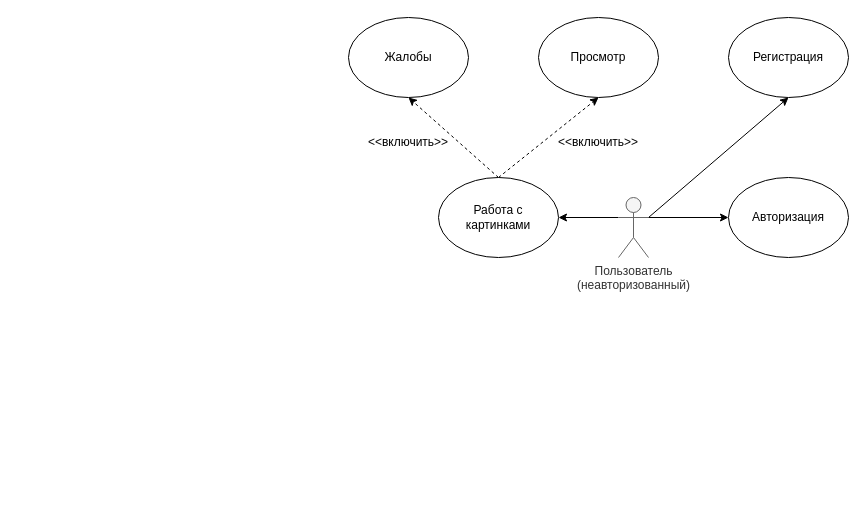
Before: docs/diagrams/use_case/use_case_no_auth.drawio in Forkenn/HosteyPic, a draw.io diagram. Source tidied: cells renumbered, new cells numbered last; positions are measured from the earlier drawing's top-left corner, leaving out a move shared by most shapes. Both pictures are drawn from the tidied source at 100%, with x=0, y=0 at pixel (348, 17).
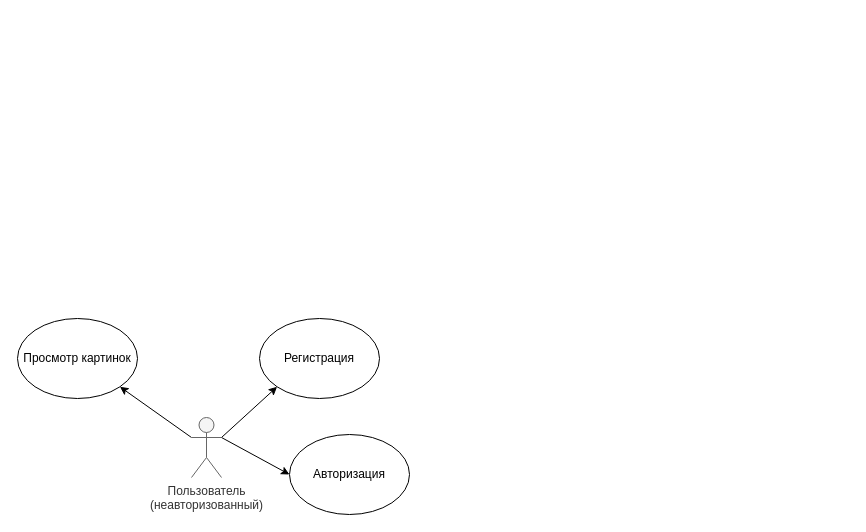
After the change.

Commit message (it also covers changes not shown here):
Update use cases

Change to the diagram source:
```diff
@@
 <mxGraphModel>
   <root>
     <mxCell id="0" />
     <mxCell id="1" parent="0" />
+    <mxCell id="15" style="edgeStyle=orthogonalEdgeStyle;rounded=0;orthogonalLoop=1;jettySize=auto;html=1;" parent="1" edge="1">
+      <mxGeometry relative="1" as="geometry">
+        <mxPoint x="580" y="70" as="targetPoint" />
+      </mxGeometry>
+    </mxCell>
+    <mxCell id="16" style="edgeStyle=orthogonalEdgeStyle;rounded=0;orthogonalLoop=1;jettySize=auto;html=1;" parent="1" edge="1">
+      <mxGeometry relative="1" as="geometry">
+        <mxPoint x="760" y="110" as="targetPoint" />
+      </mxGeometry>
+    </mxCell>
+    <mxCell id="17" style="edgeStyle=orthogonalEdgeStyle;rounded=0;orthogonalLoop=1;jettySize=auto;html=1;" parent="1" edge="1">
+      <mxGeometry relative="1" as="geometry">
+        <mxPoint x="760" y="190" as="targetPoint" />
+      </mxGeometry>
+    </mxCell>
     <mxCell id="2" style="rounded=0;jettySize=auto;html=1;exitX=1;exitY=0.3333333333333333;exitDx=0;exitDy=0;exitPerimeter=0;entryX=0;entryY=0.5;entryDx=0;entryDy=0;" parent="1" edge="1" source="5" target="10">
       <mxGeometry relative="1" as="geometry" />
     </mxCell>
-    <mxCell id="3" style="rounded=0;jettySize=auto;html=1;exitX=0;exitY=0.3333333333333333;exitDx=0;exitDy=0;exitPerimeter=0;entryX=1;entryY=0.5;entryDx=0;entryDy=0;" parent="1" edge="1" source="5" target="8">
-      <mxGeometry relative="1" as="geometry" />
-    </mxCell>
+    <mxCell id="18" style="rounded=0;jettySize=auto;html=1;exitX=0;exitY=0.3333333333333333;exitDx=0;exitDy=0;exitPerimeter=0;entryX=1;entryY=1;entryDx=0;entryDy=0;" parent="1" edge="1" source="5" target="19">
+      <mxGeometry relative="1" as="geometry" />
+    </mxCell>
-    <mxCell id="4" style="rounded=0;jettySize=auto;html=1;exitX=1;exitY=0.3333333333333333;exitDx=0;exitDy=0;exitPerimeter=0;entryX=0.5;entryY=1;entryDx=0;entryDy=0;" parent="1" edge="1" source="5" target="9">
+    <mxCell id="4" style="rounded=0;jettySize=auto;html=1;exitX=1;exitY=0.3333333333333333;exitDx=0;exitDy=0;exitPerimeter=0;entryX=0;entryY=1;entryDx=0;entryDy=0;" parent="1" edge="1" source="5" target="9">
       <mxGeometry relative="1" as="geometry" />
     </mxCell>
     <mxCell id="5" value="&lt;div&gt;Пользователь&lt;/div&gt;&lt;div&gt;(неавторизованный)&lt;br&gt;&lt;/div&gt;" style="shape=umlActor;verticalLabelPosition=bottom;verticalAlign=top;html=1;outlineConnect=0;fillColor=#f5f5f5;fontColor=#333333;strokeColor=#666666;" parent="1" vertex="1">
-      <mxGeometry x="270" y="180" width="30" height="60" as="geometry" />
+      <mxGeometry x="-157" y="400" width="30" height="60" as="geometry" />
     </mxCell>
-    <mxCell id="6" style="rounded=0;jettySize=auto;html=1;exitX=0.5;exitY=0;exitDx=0;exitDy=0;entryX=0.5;entryY=1;entryDx=0;entryDy=0;dashed=1;" parent="1" edge="1" source="8" target="11">
-      <mxGeometry relative="1" as="geometry" />
-    </mxCell>
-    <mxCell id="7" style="rounded=0;jettySize=auto;html=1;exitX=0.5;exitY=0;exitDx=0;exitDy=0;entryX=0.5;entryY=1;entryDx=0;entryDy=0;dashed=1;" parent="1" edge="1" source="8" target="12">
-      <mxGeometry relative="1" as="geometry" />
-    </mxCell>
-    <mxCell id="8" value="&lt;div&gt;Работа с&lt;/div&gt;&lt;div&gt;картинками&lt;/div&gt;" style="ellipse;whiteSpace=wrap;html=1;" parent="1" vertex="1">
-      <mxGeometry x="90" y="160" width="120" height="80" as="geometry" />
-    </mxCell>
+    <mxCell id="19" value="&lt;div&gt;Просмотр картинок&lt;/div&gt;" style="ellipse;whiteSpace=wrap;html=1;" parent="1" vertex="1">
+      <mxGeometry x="-331" y="301" width="120" height="80" as="geometry" />
+    </mxCell>
     <mxCell id="9" value="Регистрация" style="ellipse;whiteSpace=wrap;html=1;" parent="1" vertex="1">
-      <mxGeometry x="380" width="120" height="80" as="geometry" />
+      <mxGeometry x="-89" y="301" width="120" height="80" as="geometry" />
     </mxCell>
     <mxCell id="10" value="Авторизация" style="ellipse;whiteSpace=wrap;html=1;" parent="1" vertex="1">
-      <mxGeometry x="380" y="160" width="120" height="80" as="geometry" />
+      <mxGeometry x="-59" y="417" width="120" height="80" as="geometry" />
     </mxCell>
-    <mxCell id="11" value="Жалобы" style="ellipse;whiteSpace=wrap;html=1;" parent="1" vertex="1">
-      <mxGeometry width="120" height="80" as="geometry" />
-    </mxCell>
-    <mxCell id="12" value="Просмотр" style="ellipse;whiteSpace=wrap;html=1;" parent="1" vertex="1">
-      <mxGeometry x="190" width="120" height="80" as="geometry" />
-    </mxCell>
-    <mxCell id="13" value="&amp;lt;&amp;lt;включить&amp;gt;&amp;gt;" style="text;html=1;align=center;verticalAlign=middle;whiteSpace=wrap;rounded=0;" parent="1" vertex="1">
-      <mxGeometry x="30" y="110" width="60" height="30" as="geometry" />
-    </mxCell>
-    <mxCell id="14" value="&amp;lt;&amp;lt;включить&amp;gt;&amp;gt;" style="text;html=1;align=center;verticalAlign=middle;whiteSpace=wrap;rounded=0;" parent="1" vertex="1">
-      <mxGeometry x="220" y="110" width="60" height="30" as="geometry" />
-    </mxCell>
   </root>
 </mxGraphModel>
```
